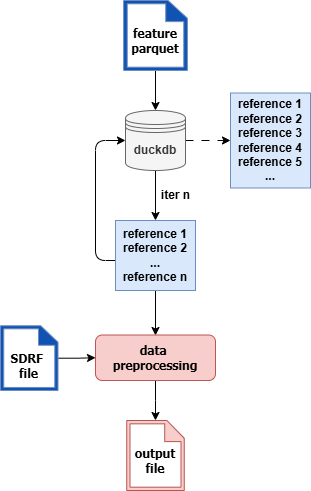
The draw.io diagram scale.png in zprobot/zprobot, before a commit. Source tidied: cells renumbered, new cells last; positions are measured from the earlier drawing's top-left corner, leaving out a move shared by most shapes. Source of this version:
```xml
<mxGraphModel>
  <root>
    <mxCell id="0" />
    <mxCell id="1" parent="0" />
    <mxCell id="2" value="feature&lt;div&gt;parquet&lt;/div&gt;" style="shape=note;whiteSpace=wrap;html=1;backgroundOutline=1;darkOpacity=0.05;fillStyle=solid;direction=west;gradientDirection=north;shadow=0;size=0;fontStyle=1;strokeColor=none;textShadow=0;fontFamily=Tahoma;fontSize=12;fillColor=none;" parent="1" vertex="1">
      <mxGeometry x="120" y="20" width="70" height="40.3" as="geometry" />
    </mxCell>
    <mxCell id="3" style="edgeStyle=orthogonalEdgeStyle;rounded=0;jettySize=auto;html=1;entryX=0.5;entryY=0;entryDx=0;entryDy=0;" parent="1" edge="1" source="4" target="7">
      <mxGeometry relative="1" as="geometry" />
    </mxCell>
    <mxCell id="4" style="sketch=0;shadow=0;dashed=0;html=1;strokeColor=#6c8ebf;fillColor=#1053b2;labelPosition=center;verticalLabelPosition=bottom;verticalAlign=top;outlineConnect=0;align=center;shape=mxgraph.office.concepts.document_blank;fontStyle=1;" parent="1" vertex="1">
      <mxGeometry x="123.1" width="63.8" height="70" as="geometry" />
    </mxCell>
    <mxCell id="5" style="edgeStyle=orthogonalEdgeStyle;rounded=0;jettySize=auto;html=1;dashed=1;dashPattern=8 8;fillColor=#dae8fc;strokeColor=#000000;" parent="1" edge="1" source="7" target="8">
      <mxGeometry relative="1" as="geometry">
        <Array as="points">
          <mxPoint x="210" y="140" />
          <mxPoint x="210" y="140" />
        </Array>
      </mxGeometry>
    </mxCell>
    <mxCell id="6" style="edgeStyle=orthogonalEdgeStyle;rounded=0;jettySize=auto;html=1;" parent="1" edge="1" source="7" target="11">
      <mxGeometry relative="1" as="geometry" />
    </mxCell>
    <mxCell id="7" value="duckdb" style="shape=datastore;whiteSpace=wrap;html=1;fontStyle=1;fillColor=#f5f5f5;fontColor=#333333;strokeColor=#666666;" parent="1" vertex="1">
      <mxGeometry x="125" y="110" width="60" height="60" as="geometry" />
    </mxCell>
    <mxCell id="8" value="reference 1&lt;div&gt;reference 2&lt;/div&gt;&lt;div&gt;reference 3&lt;/div&gt;&lt;div&gt;reference 4&lt;/div&gt;&lt;div&gt;reference 5&lt;/div&gt;&lt;div&gt;...&lt;/div&gt;" style="rounded=0;whiteSpace=wrap;html=1;fontStyle=1;strokeColor=#6c8ebf;fillColor=#dae8fc;" parent="1" vertex="1">
      <mxGeometry x="230" y="92.5" width="80" height="95" as="geometry" />
    </mxCell>
    <mxCell id="9" style="edgeStyle=orthogonalEdgeStyle;rounded=0;jettySize=auto;html=1;exitX=0.5;exitY=1;exitDx=0;exitDy=0;" parent="1" edge="1" source="11">
      <mxGeometry relative="1" as="geometry">
        <mxPoint x="155" y="335" as="targetPoint" />
      </mxGeometry>
    </mxCell>
    <mxCell id="10" style="edgeStyle=orthogonalEdgeStyle;rounded=1;jettySize=auto;html=1;entryX=0;entryY=0.5;entryDx=0;entryDy=0;curved=0;" parent="1" edge="1" source="11" target="7">
      <mxGeometry relative="1" as="geometry">
        <Array as="points">
          <mxPoint x="95" y="260" />
          <mxPoint x="95" y="140" />
        </Array>
      </mxGeometry>
    </mxCell>
    <mxCell id="11" value="reference 1&lt;div&gt;reference 2&lt;/div&gt;&lt;div&gt;...&lt;/div&gt;&lt;div&gt;reference n&lt;/div&gt;" style="rounded=0;whiteSpace=wrap;html=1;fontStyle=1;fillColor=#dae8fc;strokeColor=#6c8ebf;" parent="1" vertex="1">
      <mxGeometry x="115" y="220" width="80" height="70" as="geometry" />
    </mxCell>
    <mxCell id="12" value="iter n" style="text;html=1;align=center;verticalAlign=middle;strokeColor=none;fillColor=none;rotation=0;fontStyle=1;" parent="1" vertex="1">
      <mxGeometry x="150" y="180" width="50" height="30" as="geometry" />
    </mxCell>
    <mxCell id="13" value="output&lt;div&gt;file&lt;/div&gt;" style="shape=note;whiteSpace=wrap;html=1;backgroundOutline=1;darkOpacity=0.05;fillStyle=solid;direction=west;gradientDirection=north;shadow=0;size=0;fontStyle=1;textShadow=0;fontFamily=Tahoma;fontSize=12;strokeColor=none;" parent="1" vertex="1">
      <mxGeometry x="130" y="440" width="50" height="40" as="geometry" />
    </mxCell>
    <mxCell id="14" style="sketch=0;shadow=0;dashed=0;html=1;strokeColor=#b85450;fillColor=#f8cecc;labelPosition=center;verticalLabelPosition=bottom;verticalAlign=top;outlineConnect=0;align=center;shape=mxgraph.office.concepts.document_blank;" parent="1" vertex="1">
      <mxGeometry x="126.2" y="420" width="57.5" height="70" as="geometry" />
    </mxCell>
    <mxCell id="15" style="edgeStyle=orthogonalEdgeStyle;rounded=0;jettySize=auto;html=1;strokeWidth=1;" parent="1" edge="1" source="16" target="14">
      <mxGeometry relative="1" as="geometry" />
    </mxCell>
    <mxCell id="16" value="&lt;b style=&quot;font-family: Tahoma;&quot;&gt;data&amp;nbsp;&lt;/b&gt;&lt;div style=&quot;font-family: Tahoma;&quot;&gt;&lt;b&gt;preprocessing&lt;/b&gt;&lt;/div&gt;" style="rounded=1;whiteSpace=wrap;html=1;fillColor=#f8cecc;strokeColor=#b85450;" parent="1" vertex="1">
      <mxGeometry x="95" y="334.5" width="120" height="45.5" as="geometry" />
    </mxCell>
    <mxCell id="17" value="SDRF&amp;nbsp;&lt;div&gt;file&lt;/div&gt;" style="shape=note;whiteSpace=wrap;html=1;backgroundOutline=1;darkOpacity=0.05;fillStyle=solid;direction=west;gradientDirection=north;shadow=0;size=0;fontStyle=1;strokeColor=none;textShadow=0;fontFamily=Tahoma;fontSize=12;fillColor=none;" parent="1" vertex="1">
      <mxGeometry x="7.3" y="345" width="43" height="40" as="geometry" />
    </mxCell>
    <mxCell id="18" style="edgeStyle=orthogonalEdgeStyle;rounded=0;jettySize=auto;html=1;entryX=0;entryY=0.5;entryDx=0;entryDy=0;" parent="1" edge="1" source="19" target="16">
      <mxGeometry relative="1" as="geometry" />
    </mxCell>
    <mxCell id="19" style="sketch=0;shadow=0;html=1;strokeColor=#6c8ebf;fillColor=#1053b2;labelPosition=center;verticalLabelPosition=bottom;verticalAlign=top;outlineConnect=0;align=center;shape=mxgraph.office.concepts.document_blank;fontStyle=1;" parent="1" vertex="1">
      <mxGeometry y="325.2" width="57.5" height="64.8" as="geometry" />
    </mxCell>
  </root>
</mxGraphModel>
```
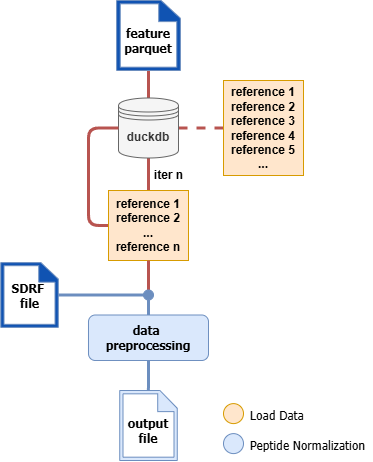
The same file after the commit.

Change to the diagram source:
```diff
@@ -3,70 +3,81 @@
     <mxCell id="0" />
     <mxCell id="1" parent="0" />
     <mxCell id="2" value="feature&lt;div&gt;parquet&lt;/div&gt;" style="shape=note;whiteSpace=wrap;html=1;backgroundOutline=1;darkOpacity=0.05;fillStyle=solid;direction=west;gradientDirection=north;shadow=0;size=0;fontStyle=1;strokeColor=none;textShadow=0;fontFamily=Tahoma;fontSize=12;fillColor=none;" parent="1" vertex="1">
-      <mxGeometry x="120" y="20" width="70" height="40.3" as="geometry" />
+      <mxGeometry x="120" y="50" width="70" height="40.3" as="geometry" />
     </mxCell>
-    <mxCell id="3" style="edgeStyle=orthogonalEdgeStyle;rounded=0;jettySize=auto;html=1;entryX=0.5;entryY=0;entryDx=0;entryDy=0;" parent="1" edge="1" source="4" target="7">
+    <mxCell id="3" style="edgeStyle=orthogonalEdgeStyle;rounded=1;jettySize=auto;html=1;entryX=0.5;entryY=0;entryDx=0;entryDy=0;strokeColor=#b85450;strokeWidth=3;align=center;verticalAlign=middle;fontFamily=Helvetica;fontSize=11;fontColor=default;labelBackgroundColor=default;endArrow=none;endFill=0;curved=0;fillColor=#f8cecc;" parent="1" edge="1" source="4" target="7">
       <mxGeometry relative="1" as="geometry" />
     </mxCell>
     <mxCell id="4" style="sketch=0;shadow=0;dashed=0;html=1;strokeColor=#6c8ebf;fillColor=#1053b2;labelPosition=center;verticalLabelPosition=bottom;verticalAlign=top;outlineConnect=0;align=center;shape=mxgraph.office.concepts.document_blank;fontStyle=1;" parent="1" vertex="1">
-      <mxGeometry x="123.1" width="63.8" height="70" as="geometry" />
+      <mxGeometry x="123.1" y="30" width="63.8" height="70" as="geometry" />
     </mxCell>
-    <mxCell id="5" style="edgeStyle=orthogonalEdgeStyle;rounded=0;jettySize=auto;html=1;dashed=1;dashPattern=8 8;fillColor=#dae8fc;strokeColor=#000000;" parent="1" edge="1" source="7" target="8">
+    <mxCell id="5" style="edgeStyle=orthogonalEdgeStyle;rounded=1;jettySize=auto;html=1;dashed=1;fillColor=#f8cecc;strokeColor=#b85450;strokeWidth=3;align=center;verticalAlign=middle;fontFamily=Helvetica;fontSize=11;fontColor=default;labelBackgroundColor=default;endArrow=none;endFill=0;curved=0;" parent="1" edge="1" source="7" target="8">
       <mxGeometry relative="1" as="geometry">
         <Array as="points">
-          <mxPoint x="210" y="140" />
-          <mxPoint x="210" y="140" />
+          <mxPoint x="210" y="158" />
+          <mxPoint x="210" y="158" />
         </Array>
       </mxGeometry>
     </mxCell>
-    <mxCell id="6" style="edgeStyle=orthogonalEdgeStyle;rounded=0;jettySize=auto;html=1;" parent="1" edge="1" source="7" target="11">
+    <mxCell id="6" style="edgeStyle=orthogonalEdgeStyle;rounded=1;jettySize=auto;html=1;strokeColor=#b85450;strokeWidth=3;align=center;verticalAlign=middle;fontFamily=Helvetica;fontSize=11;fontColor=default;labelBackgroundColor=default;endArrow=none;endFill=0;curved=0;fillColor=#f8cecc;" parent="1" edge="1" source="7" target="11">
       <mxGeometry relative="1" as="geometry" />
     </mxCell>
     <mxCell id="7" value="duckdb" style="shape=datastore;whiteSpace=wrap;html=1;fontStyle=1;fillColor=#f5f5f5;fontColor=#333333;strokeColor=#666666;" parent="1" vertex="1">
-      <mxGeometry x="125" y="110" width="60" height="60" as="geometry" />
+      <mxGeometry x="125" y="127.5" width="60" height="60" as="geometry" />
     </mxCell>
-    <mxCell id="8" value="reference 1&lt;div&gt;reference 2&lt;/div&gt;&lt;div&gt;reference 3&lt;/div&gt;&lt;div&gt;reference 4&lt;/div&gt;&lt;div&gt;reference 5&lt;/div&gt;&lt;div&gt;...&lt;/div&gt;" style="rounded=0;whiteSpace=wrap;html=1;fontStyle=1;strokeColor=#6c8ebf;fillColor=#dae8fc;" parent="1" vertex="1">
-      <mxGeometry x="230" y="92.5" width="80" height="95" as="geometry" />
+    <mxCell id="8" value="reference 1&lt;div&gt;reference 2&lt;/div&gt;&lt;div&gt;reference 3&lt;/div&gt;&lt;div&gt;reference 4&lt;/div&gt;&lt;div&gt;reference 5&lt;/div&gt;&lt;div&gt;...&lt;/div&gt;" style="rounded=0;whiteSpace=wrap;html=1;fontStyle=1;strokeColor=#d79b00;fillColor=#ffe6cc;" parent="1" vertex="1">
+      <mxGeometry x="230" y="110" width="80" height="95" as="geometry" />
     </mxCell>
-    <mxCell id="9" style="edgeStyle=orthogonalEdgeStyle;rounded=0;jettySize=auto;html=1;exitX=0.5;exitY=1;exitDx=0;exitDy=0;" parent="1" edge="1" source="11">
-      <mxGeometry relative="1" as="geometry">
-        <mxPoint x="155" y="335" as="targetPoint" />
-      </mxGeometry>
+    <mxCell id="9" style="edgeStyle=orthogonalEdgeStyle;rounded=1;jettySize=auto;html=1;exitX=0.5;exitY=1;exitDx=0;exitDy=0;strokeColor=#6c8ebf;strokeWidth=3;align=center;verticalAlign=middle;fontFamily=Helvetica;fontSize=11;fontColor=default;labelBackgroundColor=default;endArrow=none;endFill=0;curved=0;fillColor=#dae8fc;entryX=0.5;entryY=0;entryDx=0;entryDy=0;" parent="1" edge="1" source="22" target="16">
+      <mxGeometry relative="1" as="geometry" />
     </mxCell>
-    <mxCell id="10" style="edgeStyle=orthogonalEdgeStyle;rounded=1;jettySize=auto;html=1;entryX=0;entryY=0.5;entryDx=0;entryDy=0;curved=0;" parent="1" edge="1" source="11" target="7">
-      <mxGeometry relative="1" as="geometry">
-        <Array as="points">
-          <mxPoint x="95" y="260" />
-          <mxPoint x="95" y="140" />
-        </Array>
-      </mxGeometry>
+    <mxCell id="10" style="edgeStyle=orthogonalEdgeStyle;rounded=1;jettySize=auto;html=1;exitX=0;exitY=0.5;exitDx=0;exitDy=0;entryX=0;entryY=0.5;entryDx=0;entryDy=0;fillColor=#f8cecc;strokeColor=#b85450;strokeWidth=3;align=center;verticalAlign=middle;fontFamily=Helvetica;fontSize=11;fontColor=default;labelBackgroundColor=default;endArrow=none;endFill=0;curved=0;" parent="1" edge="1" source="11" target="7">
+      <mxGeometry relative="1" as="geometry" />
     </mxCell>
-    <mxCell id="11" value="reference 1&lt;div&gt;reference 2&lt;/div&gt;&lt;div&gt;...&lt;/div&gt;&lt;div&gt;reference n&lt;/div&gt;" style="rounded=0;whiteSpace=wrap;html=1;fontStyle=1;fillColor=#dae8fc;strokeColor=#6c8ebf;" parent="1" vertex="1">
+    <mxCell id="11" value="reference 1&lt;div&gt;reference 2&lt;/div&gt;&lt;div&gt;...&lt;/div&gt;&lt;div&gt;reference n&lt;/div&gt;" style="rounded=0;whiteSpace=wrap;html=1;fontStyle=1;fillColor=#ffe6cc;strokeColor=#d79b00;" parent="1" vertex="1">
       <mxGeometry x="115" y="220" width="80" height="70" as="geometry" />
     </mxCell>
     <mxCell id="12" value="iter n" style="text;html=1;align=center;verticalAlign=middle;strokeColor=none;fillColor=none;rotation=0;fontStyle=1;" parent="1" vertex="1">
-      <mxGeometry x="150" y="180" width="50" height="30" as="geometry" />
+      <mxGeometry x="150" y="190" width="50" height="30" as="geometry" />
     </mxCell>
     <mxCell id="13" value="output&lt;div&gt;file&lt;/div&gt;" style="shape=note;whiteSpace=wrap;html=1;backgroundOutline=1;darkOpacity=0.05;fillStyle=solid;direction=west;gradientDirection=north;shadow=0;size=0;fontStyle=1;textShadow=0;fontFamily=Tahoma;fontSize=12;strokeColor=none;" parent="1" vertex="1">
       <mxGeometry x="130" y="440" width="50" height="40" as="geometry" />
     </mxCell>
-    <mxCell id="14" style="sketch=0;shadow=0;dashed=0;html=1;strokeColor=#b85450;fillColor=#f8cecc;labelPosition=center;verticalLabelPosition=bottom;verticalAlign=top;outlineConnect=0;align=center;shape=mxgraph.office.concepts.document_blank;" parent="1" vertex="1">
+    <mxCell id="14" style="sketch=0;shadow=0;dashed=0;html=1;strokeColor=#6c8ebf;fillColor=#dae8fc;labelPosition=center;verticalLabelPosition=bottom;verticalAlign=top;outlineConnect=0;align=center;shape=mxgraph.office.concepts.document_blank;" parent="1" vertex="1">
       <mxGeometry x="126.2" y="420" width="57.5" height="70" as="geometry" />
     </mxCell>
-    <mxCell id="15" style="edgeStyle=orthogonalEdgeStyle;rounded=0;jettySize=auto;html=1;strokeWidth=1;" parent="1" edge="1" source="16" target="14">
+    <mxCell id="15" style="edgeStyle=orthogonalEdgeStyle;rounded=1;jettySize=auto;html=1;strokeWidth=3;strokeColor=#6c8ebf;align=center;verticalAlign=middle;fontFamily=Helvetica;fontSize=11;fontColor=default;labelBackgroundColor=default;endArrow=none;endFill=0;curved=0;fillColor=#dae8fc;" parent="1" edge="1" source="16" target="14">
       <mxGeometry relative="1" as="geometry" />
     </mxCell>
-    <mxCell id="16" value="&lt;b style=&quot;font-family: Tahoma;&quot;&gt;data&amp;nbsp;&lt;/b&gt;&lt;div style=&quot;font-family: Tahoma;&quot;&gt;&lt;b&gt;preprocessing&lt;/b&gt;&lt;/div&gt;" style="rounded=1;whiteSpace=wrap;html=1;fillColor=#f8cecc;strokeColor=#b85450;" parent="1" vertex="1">
-      <mxGeometry x="95" y="334.5" width="120" height="45.5" as="geometry" />
+    <mxCell id="16" value="&lt;b style=&quot;font-family: Tahoma;&quot;&gt;data&amp;nbsp;&lt;/b&gt;&lt;div style=&quot;font-family: Tahoma;&quot;&gt;&lt;b&gt;preprocessing&lt;/b&gt;&lt;/div&gt;" style="rounded=1;whiteSpace=wrap;html=1;fillColor=#dae8fc;strokeColor=#6c8ebf;" parent="1" vertex="1">
+      <mxGeometry x="95" y="344.5" width="120" height="45.5" as="geometry" />
     </mxCell>
     <mxCell id="17" value="SDRF&amp;nbsp;&lt;div&gt;file&lt;/div&gt;" style="shape=note;whiteSpace=wrap;html=1;backgroundOutline=1;darkOpacity=0.05;fillStyle=solid;direction=west;gradientDirection=north;shadow=0;size=0;fontStyle=1;strokeColor=none;textShadow=0;fontFamily=Tahoma;fontSize=12;fillColor=none;" parent="1" vertex="1">
-      <mxGeometry x="7.3" y="345" width="43" height="40" as="geometry" />
+      <mxGeometry x="14.5" y="304.5" width="43" height="40" as="geometry" />
     </mxCell>
-    <mxCell id="18" style="edgeStyle=orthogonalEdgeStyle;rounded=0;jettySize=auto;html=1;entryX=0;entryY=0.5;entryDx=0;entryDy=0;" parent="1" edge="1" source="19" target="16">
-      <mxGeometry relative="1" as="geometry" />
-    </mxCell>
+    <mxCell id="20" style="edgeStyle=orthogonalEdgeStyle;rounded=1;jettySize=auto;html=1;entryX=0;entryY=0.5;entryDx=0;entryDy=0;strokeColor=#6c8ebf;strokeWidth=3;align=center;verticalAlign=middle;fontFamily=Helvetica;fontSize=11;fontColor=default;labelBackgroundColor=default;endArrow=none;endFill=0;curved=0;fillColor=#dae8fc;" parent="1" edge="1" source="19" target="22">
+      <mxGeometry relative="1" as="geometry" />
+    </mxCell>
     <mxCell id="19" style="sketch=0;shadow=0;html=1;strokeColor=#6c8ebf;fillColor=#1053b2;labelPosition=center;verticalLabelPosition=bottom;verticalAlign=top;outlineConnect=0;align=center;shape=mxgraph.office.concepts.document_blank;fontStyle=1;" parent="1" vertex="1">
-      <mxGeometry y="325.2" width="57.5" height="64.8" as="geometry" />
+      <mxGeometry x="7.3" y="292.1" width="57.5" height="64.8" as="geometry" />
     </mxCell>
+    <mxCell id="21" style="edgeStyle=orthogonalEdgeStyle;rounded=1;jettySize=auto;html=1;exitX=0.5;exitY=1;exitDx=0;exitDy=0;strokeColor=#b85450;strokeWidth=3;align=center;verticalAlign=middle;fontFamily=Helvetica;fontSize=11;fontColor=default;labelBackgroundColor=default;endArrow=none;endFill=0;curved=0;fillColor=#f8cecc;entryX=0.5;entryY=0;entryDx=0;entryDy=0;" parent="1" edge="1" source="11" target="22">
+      <mxGeometry relative="1" as="geometry" />
+    </mxCell>
+    <mxCell id="22" style="ellipse;whiteSpace=wrap;html=1;fillColor=#6c8ebf;strokeColor=#6c8ebf;" parent="1" vertex="1">
+      <mxGeometry x="150" y="319.5" width="10" height="10" as="geometry" />
+    </mxCell>
+    <mxCell id="23" style="ellipse;whiteSpace=wrap;html=1;fillColor=#ffe6cc;strokeColor=#d79b00;" parent="1" vertex="1">
+      <mxGeometry x="230" y="433.1" width="20" height="20" as="geometry" />
+    </mxCell>
+    <mxCell id="24" value="Load Data" style="shape=note;whiteSpace=wrap;html=1;backgroundOutline=1;darkOpacity=0.05;fillStyle=solid;direction=west;gradientDirection=north;shadow=0;size=0;fontStyle=0;strokeColor=none;textShadow=0;fontFamily=Tahoma;fontSize=12;fillColor=none;align=left;" parent="1" vertex="1">
+      <mxGeometry x="255" y="430" width="123.8" height="30" as="geometry" />
+    </mxCell>
+    <mxCell id="25" style="ellipse;whiteSpace=wrap;html=1;fillColor=#dae8fc;strokeColor=#6c8ebf;" parent="1" vertex="1">
+      <mxGeometry x="230" y="463.1" width="20" height="20" as="geometry" />
+    </mxCell>
+    <mxCell id="26" value="Peptide Normalization" style="shape=note;whiteSpace=wrap;html=1;backgroundOutline=1;darkOpacity=0.05;fillStyle=solid;direction=west;gradientDirection=north;shadow=0;size=0;fontStyle=0;strokeColor=none;textShadow=0;fontFamily=Tahoma;fontSize=12;fillColor=none;align=left;" parent="1" vertex="1">
+      <mxGeometry x="255" y="460" width="122.5" height="30" as="geometry" />
+    </mxCell>
   </root>
 </mxGraphModel>
```
